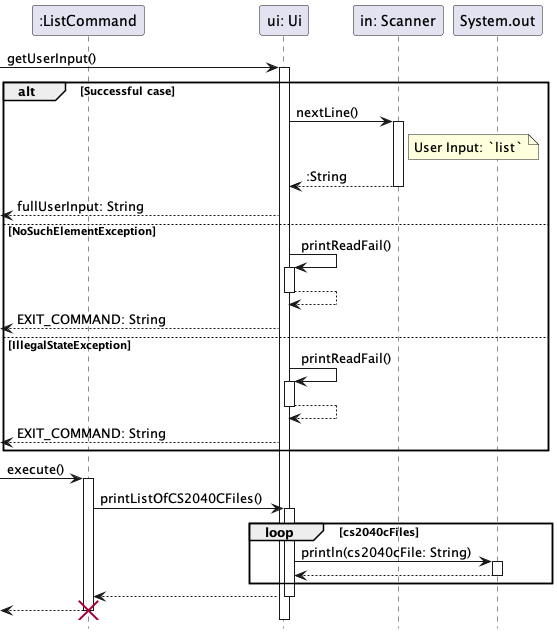
Before: docs/sequence-diagrams/diagrams/Ui.png, a diagram exported from PlantUML (ong-ck/tp).
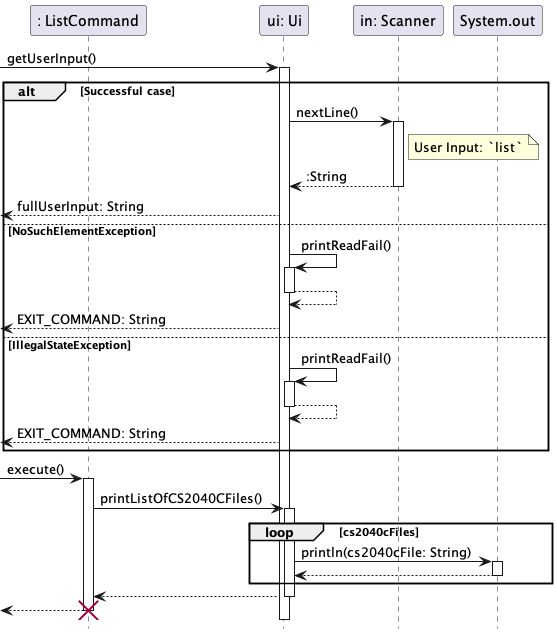
Later version of the same file.

Commit message:
Refactor Ui sequence diagram

What changed in the source:
```diff
@@ -1,7 +1,7 @@
 @startuml
 hide footbox
 
-participant ":ListCommand" as ListCommand
+participant ": ListCommand" as ListCommand
 participant "ui: Ui" as Ui
 participant "in: Scanner" as Scanner
 participant "System.out" as System
```
